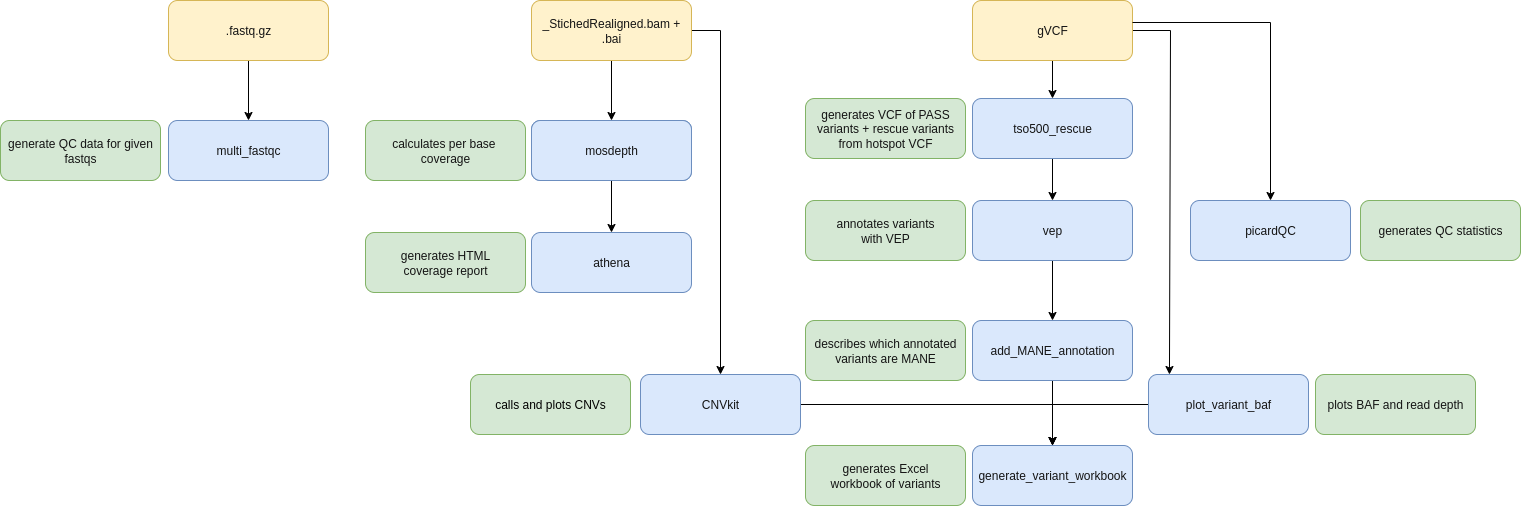
Before: images/tso500_reports_workflow.png, a diagram exported from draw.io (eastgenomics/eggd_TSO500_reports_workflow). Source tidied: cells renumbered, new cells last; positions are measured from the earlier drawing's top-left corner, leaving out a move shared by most shapes.
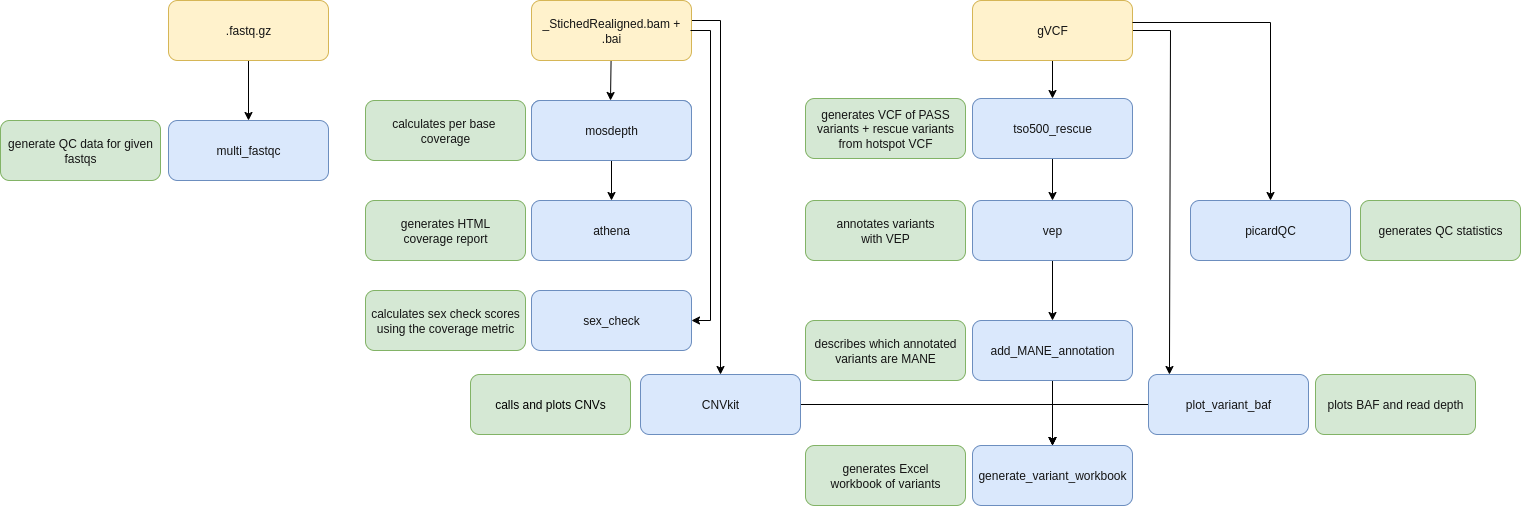
Above is the later version.

Commit message:
Add sex_check app

What changed in the source:
```diff
@@ -2,11 +2,18 @@
   <root>
     <mxCell id="0" />
     <mxCell id="1" parent="0" />
-    <mxCell id="2" style="edgeStyle=none;html=1;fontColor=#141414;" parent="1" edge="1" source="4" target="9">
-      <mxGeometry relative="1" as="geometry" />
+    <mxCell id="2" style="edgeStyle=none;html=1;fontColor=#141414;" parent="1" edge="1" source="4">
+      <mxGeometry relative="1" as="geometry">
+        <mxPoint x="610" y="100" as="targetPoint" />
+      </mxGeometry>
     </mxCell>
     <mxCell id="3" style="edgeStyle=orthogonalEdgeStyle;rounded=0;jettySize=auto;html=1;exitX=1;exitY=0.5;exitDx=0;exitDy=0;entryX=0.5;entryY=0;entryDx=0;entryDy=0;" parent="1" edge="1" source="4" target="33">
-      <mxGeometry relative="1" as="geometry" />
+      <mxGeometry relative="1" as="geometry">
+        <Array as="points">
+          <mxPoint x="691" y="20" />
+          <mxPoint x="720" y="20" />
+        </Array>
+      </mxGeometry>
     </mxCell>
     <mxCell id="4" value="_StichedRealigned.bam + .bai" style="rounded=1;whiteSpace=wrap;html=1;fillColor=#fff2cc;strokeColor=#d6b656;fontColor=#141414;" parent="1" vertex="1">
       <mxGeometry x="531" width="160" height="60" as="geometry" />
@@ -24,11 +31,11 @@
     <mxCell id="7" value="gVCF" style="rounded=1;whiteSpace=wrap;html=1;fillColor=#fff2cc;strokeColor=#d6b656;fontColor=#141414;" parent="1" vertex="1">
       <mxGeometry x="972" width="160" height="60" as="geometry" />
     </mxCell>
-    <mxCell id="8" style="edgeStyle=none;html=1;fontColor=#141414;" parent="1" edge="1" source="9" target="12">
+    <mxCell id="8" style="edgeStyle=none;html=1;fontColor=#141414;entryX=0.5;entryY=0;entryDx=0;entryDy=0;" parent="1" edge="1" source="9" target="12">
       <mxGeometry relative="1" as="geometry" />
     </mxCell>
     <mxCell id="9" value="&lt;font color=&quot;#141414&quot;&gt;mosdepth&lt;/font&gt;" style="rounded=1;whiteSpace=wrap;html=1;fillColor=#dae8fc;strokeColor=#6c8ebf;" parent="1" vertex="1">
-      <mxGeometry x="531" y="120" width="160" height="60" as="geometry" />
+      <mxGeometry x="531" y="100" width="160" height="60" as="geometry" />
     </mxCell>
     <mxCell id="10" style="edgeStyle=none;html=1;fontColor=#141414;" parent="1" edge="1" source="11" target="15">
       <mxGeometry relative="1" as="geometry" />
@@ -37,7 +44,7 @@
       <mxGeometry x="972" y="98" width="160" height="60" as="geometry" />
     </mxCell>
     <mxCell id="12" value="&lt;font color=&quot;#141414&quot;&gt;athena&lt;/font&gt;" style="rounded=1;whiteSpace=wrap;html=1;fillColor=#dae8fc;strokeColor=#6c8ebf;" parent="1" vertex="1">
-      <mxGeometry x="531" y="232" width="160" height="60" as="geometry" />
+      <mxGeometry x="531" y="200" width="160" height="60" as="geometry" />
     </mxCell>
     <mxCell id="13" style="edgeStyle=none;html=1;fontColor=#141414;" parent="1" edge="1" target="16">
       <mxGeometry relative="1" as="geometry">
@@ -63,10 +70,10 @@
       <mxGeometry x="805" y="445" width="160" height="60" as="geometry" />
     </mxCell>
     <mxCell id="20" value="&lt;font color=&quot;#141414&quot;&gt;calculates per base&amp;nbsp;&lt;br&gt;coverage&lt;br&gt;&lt;/font&gt;" style="rounded=1;whiteSpace=wrap;html=1;fillColor=#d5e8d4;strokeColor=#82b366;" parent="1" vertex="1">
-      <mxGeometry x="365" y="120" width="160" height="60" as="geometry" />
+      <mxGeometry x="365" y="100" width="160" height="60" as="geometry" />
     </mxCell>
     <mxCell id="21" value="&lt;font color=&quot;#141414&quot;&gt;generates HTML&lt;br&gt;coverage report&lt;br&gt;&lt;/font&gt;" style="rounded=1;whiteSpace=wrap;html=1;fillColor=#d5e8d4;strokeColor=#82b366;" parent="1" vertex="1">
-      <mxGeometry x="365" y="232" width="160" height="60" as="geometry" />
+      <mxGeometry x="365" y="200" width="160" height="60" as="geometry" />
     </mxCell>
     <mxCell id="22" style="edgeStyle=none;html=1;fontColor=#141414;" parent="1" edge="1" source="23" target="24">
       <mxGeometry relative="1" as="geometry" />
@@ -81,7 +88,7 @@
       <mxGeometry y="120" width="160" height="60" as="geometry" />
     </mxCell>
     <mxCell id="26" value="&lt;font color=&quot;#141414&quot;&gt;mosdepth&lt;/font&gt;" style="rounded=1;whiteSpace=wrap;html=1;fillColor=#dae8fc;strokeColor=#6c8ebf;" parent="1" vertex="1">
-      <mxGeometry x="531" y="120" width="160" height="60" as="geometry" />
+      <mxGeometry x="531" y="100" width="160" height="60" as="geometry" />
     </mxCell>
     <mxCell id="27" style="edgeStyle=orthogonalEdgeStyle;rounded=0;jettySize=auto;html=1;exitX=0;exitY=0.5;exitDx=0;exitDy=0;entryX=0.5;entryY=0;entryDx=0;entryDy=0;" parent="1" edge="1" source="28" target="16">
       <mxGeometry relative="1" as="geometry" />
@@ -122,5 +129,20 @@
         </Array>
       </mxGeometry>
     </mxCell>
+    <mxCell id="38" value="&lt;font color=&quot;#141414&quot;&gt;sex_check&lt;/font&gt;" style="rounded=1;whiteSpace=wrap;html=1;fillColor=#dae8fc;strokeColor=#6c8ebf;" parent="1" vertex="1">
+      <mxGeometry x="531" y="290" width="160" height="60" as="geometry" />
+    </mxCell>
+    <mxCell id="39" value="&lt;font color=&quot;#141414&quot;&gt;calculates sex check scores using the coverage metric&lt;/font&gt;" style="rounded=1;whiteSpace=wrap;html=1;fillColor=#d5e8d4;strokeColor=#82b366;" parent="1" vertex="1">
+      <mxGeometry x="365" y="290" width="160" height="60" as="geometry" />
+    </mxCell>
+    <mxCell id="40" style="edgeStyle=orthogonalEdgeStyle;rounded=0;jettySize=auto;html=1;exitX=1;exitY=0.5;exitDx=0;exitDy=0;entryX=1;entryY=0.5;entryDx=0;entryDy=0;" parent="1" edge="1" target="38">
+      <mxGeometry relative="1" as="geometry">
+        <mxPoint x="690" y="30" as="sourcePoint" />
+        <Array as="points">
+          <mxPoint x="710" y="30" />
+          <mxPoint x="710" y="320" />
+        </Array>
+      </mxGeometry>
+    </mxCell>
   </root>
 </mxGraphModel>
```
